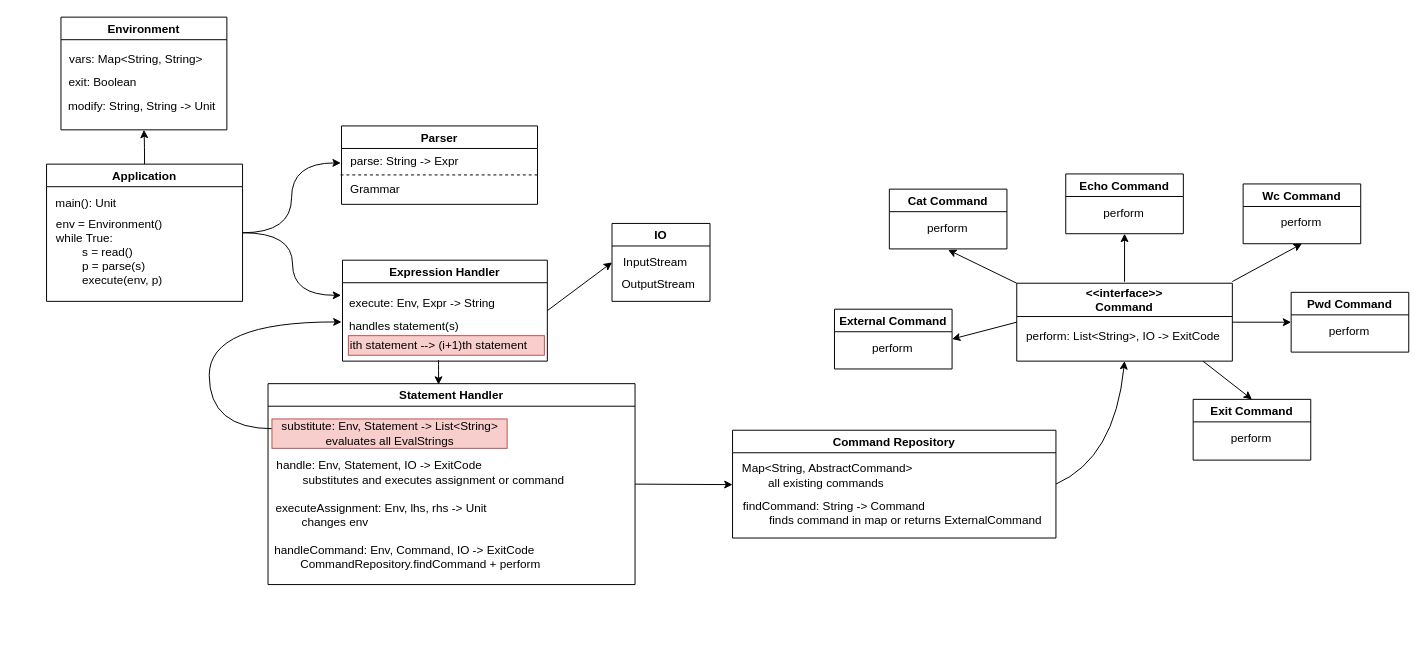
kibrq/sd-practice keeps this draw.io diagram as description/hw01.drawio. Above is the earlier version. Source tidied: cells renumbered, new cells numbered last; positions are measured from the earlier drawing's top-left corner, leaving out a move shared by most shapes. Both pictures are drawn from the tidied source at 98%, with x=0, y=0 at pixel (46, 17).
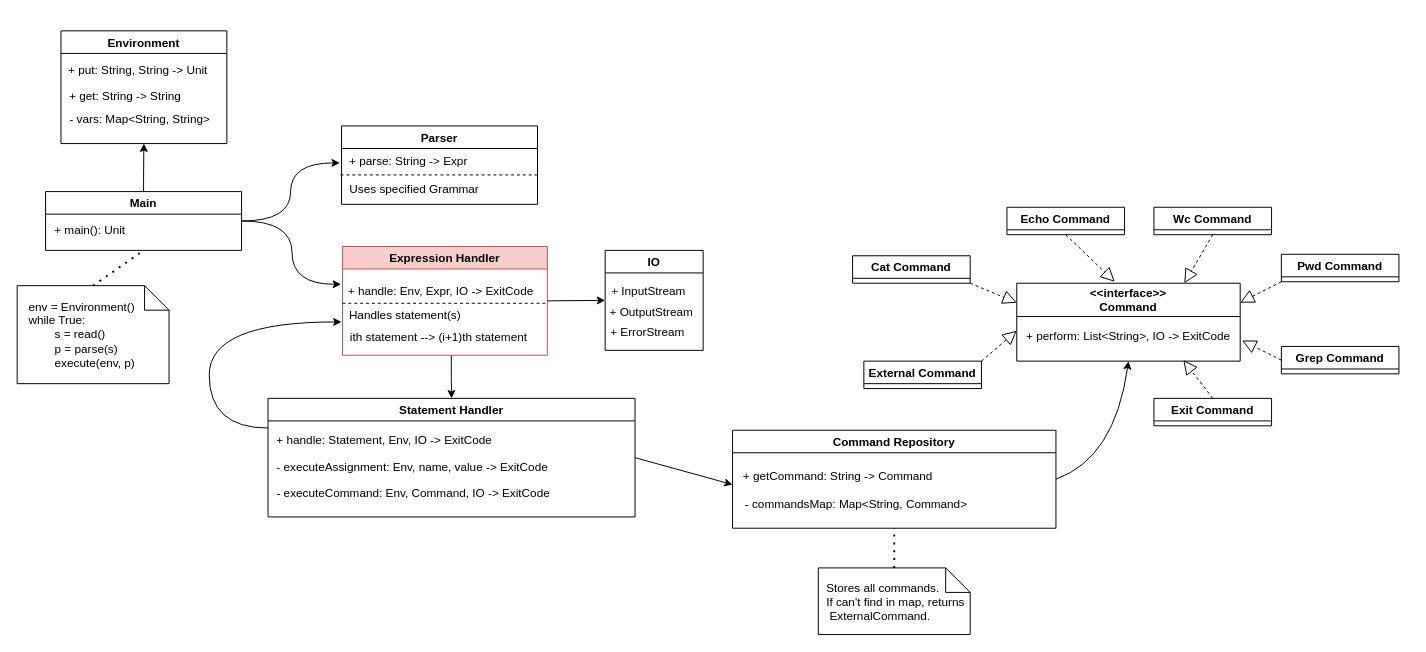
The same diagram, later.

Unchanged cells that the change refers to:
```xml
<mxCell id="8" style="group;" parent="1" vertex="1">
  <mxGeometry x="300" y="111" width="201" height="80" as="geometry" />
</mxCell>
<mxCell id="9" value="Parser" style="swimlane;" parent="8" vertex="1">
  <mxGeometry x="1" width="200" height="80" as="geometry" />
</mxCell>
<mxCell id="22" value="Environment" style="swimlane;" parent="21" vertex="1">
  <mxGeometry x="0.7" width="169.3" height="115" as="geometry" />
</mxCell>
<mxCell id="49" style="group;" parent="47" vertex="1">
  <mxGeometry x="-290" y="150" width="369" height="110" as="geometry" />
</mxCell>
```

Change to the diagram source:
```diff
@@
-    <mxCell id="5" value="Application" style="swimlane;" parent="1" vertex="1">
-      <mxGeometry y="150" width="200" height="140" as="geometry" />
+    <mxCell id="5" value="Main" style="swimlane;" parent="1" vertex="1">
+      <mxGeometry x="-1" y="178" width="200" height="60" as="geometry" />
     </mxCell>
-    <mxCell id="6" value="main(): Unit" style="text;html=1;align=center;verticalAlign=middle;strokeColor=none;fillColor=none;" parent="5" vertex="1">
-      <mxGeometry y="30" width="80" height="20" as="geometry" />
+    <mxCell id="6" value="+ main(): Unit" style="text;html=1;align=center;verticalAlign=middle;strokeColor=none;fillColor=none;" parent="5" vertex="1">
+      <mxGeometry y="30" width="90" height="20" as="geometry" />
     </mxCell>
-    <mxCell id="7" value="env = Environment()&lt;br&gt;while True:&lt;br&gt;&lt;div&gt;&lt;span style=&quot;white-space: pre&quot;&gt;&#9;&lt;/span&gt;&lt;span&gt;s = read()&lt;/span&gt;&lt;/div&gt;&lt;span style=&quot;white-space: pre&quot;&gt;&#9;&lt;/span&gt;p = parse(s)&lt;br&gt;&lt;span style=&quot;white-space: pre&quot;&gt;&#9;&lt;/span&gt;execute(env, p)" style="text;html=1;align=left;verticalAlign=middle;strokeColor=none;fillColor=none;" parent="5" vertex="1">
-      <mxGeometry x="8" y="50" width="120" height="80" as="geometry" />
-    </mxCell>
@@
+    <mxCell id="12" value="Uses specified Grammar" style="text;html=1;align=center;verticalAlign=middle;strokeColor=none;fillColor=none;" parent="9" vertex="1">
+      <mxGeometry x="-1" y="55" width="150" height="20" as="geometry" />
+    </mxCell>
     <mxCell id="11" style="group;" parent="8" vertex="1">
-      <mxGeometry y="26" width="130" height="49" as="geometry" />
+      <mxGeometry y="26" width="135" height="49" as="geometry" />
     </mxCell>
-    <mxCell id="12" value="Grammar&lt;br&gt;" style="text;html=1;align=center;verticalAlign=middle;strokeColor=none;fillColor=none;" parent="11" vertex="1">
-      <mxGeometry y="29" width="70" height="20" as="geometry" />
-    </mxCell>
-    <mxCell id="13" value="parse: String -&amp;gt; Expr" style="text;html=1;align=center;verticalAlign=middle;points=[];strokeColor=none;fillColor=none;" parent="11" vertex="1">
-      <mxGeometry width="130" height="20" as="geometry" />
+    <mxCell id="13" value="+ parse: String -&amp;gt; Expr" style="text;html=1;align=center;verticalAlign=middle;points=[];strokeColor=none;fillColor=none;" parent="11" vertex="1">
+      <mxGeometry x="-1" width="140" height="20" as="geometry" />
     </mxCell>
+    <mxCell id="60" style="edgeStyle=orthogonalEdgeStyle;rounded=0;jettySize=auto;html=1;entryX=0.5;entryY=0;entryDx=0;entryDy=0;" parent="1" edge="1" source="14" target="17">
+      <mxGeometry relative="1" as="geometry">
+        <Array as="points">
+          <mxPoint x="413" y="370" />
+          <mxPoint x="413" y="370" />
+        </Array>
+      </mxGeometry>
+    </mxCell>
-    <mxCell id="14" value="Expression Handler" style="swimlane;" parent="1" vertex="1">
-      <mxGeometry x="302" y="248" width="209" height="103" as="geometry" />
+    <mxCell id="14" value="Expression Handler" style="swimlane;fillColor=#f8cecc;strokeColor=#b85450;" parent="1" vertex="1">
+      <mxGeometry x="302" y="234" width="209" height="111" as="geometry" />
     </mxCell>
-    <mxCell id="15" value="handles statement(s)" style="text;html=1;align=left;verticalAlign=middle;strokeColor=none;fillColor=none;" parent="14" vertex="1">
-      <mxGeometry x="5" y="58" width="130" height="20" as="geometry" />
+    <mxCell id="15" value="Handles statement(s)" style="text;html=1;align=left;verticalAlign=middle;strokeColor=none;fillColor=none;" parent="14" vertex="1">
+      <mxGeometry x="5" y="60" width="130" height="20" as="geometry" />
     </mxCell>
-    <mxCell id="16" value="ith statement --&amp;gt; (i+1)th statement" style="text;html=1;align=left;verticalAlign=middle;strokeColor=#b85450;fillColor=#f8cecc;" parent="14" vertex="1">
-      <mxGeometry x="6" y="77" width="200" height="20" as="geometry" />
+    <mxCell id="16" value="ith statement --&amp;gt; (i+1)th statement" style="text;html=1;align=left;verticalAlign=middle;" parent="14" vertex="1">
+      <mxGeometry x="6" y="83" width="200" height="20" as="geometry" />
     </mxCell>
+    <mxCell id="61" style="endArrow=none;dashed=1;html=1;rounded=0;" parent="14" edge="1">
+      <mxGeometry relative="1" as="geometry">
+        <mxPoint y="58" as="sourcePoint" />
+        <mxPoint x="208" y="58" as="targetPoint" />
+      </mxGeometry>
+    </mxCell>
     <mxCell id="17" value="Statement Handler" style="swimlane;" parent="1" vertex="1">
-      <mxGeometry x="226" y="374" width="374.5" height="205" as="geometry" />
+      <mxGeometry x="226" y="389" width="374.5" height="121" as="geometry" />
     </mxCell>
-    <mxCell id="18" value="executeAssignment: Env, lhs, rhs -&amp;gt; Unit&lt;br&gt;&lt;span style=&quot;white-space: pre&quot;&gt;&#9;&lt;/span&gt;changes env" style="text;html=1;align=left;verticalAlign=middle;strokeColor=none;fillColor=none;" parent="17" vertex="1">
-      <mxGeometry x="5.5" y="119" width="230" height="30" as="geometry" />
+    <mxCell id="18" value="- executeAssignment: Env, name, value -&amp;gt; ExitCode" style="text;html=1;align=left;verticalAlign=middle;strokeColor=none;fillColor=none;" parent="17" vertex="1">
+      <mxGeometry x="7" y="61" width="290" height="20" as="geometry" />
     </mxCell>
-    <mxCell id="19" value="handle:&amp;nbsp;&lt;span style=&quot;text-align: center&quot;&gt;Env, Statement, IO -&amp;gt; ExitCode&lt;br&gt;&lt;span style=&quot;white-space: pre&quot;&gt;&#9;&lt;/span&gt;substitutes and executes assignment or command&lt;br&gt;&lt;/span&gt;" style="text;html=1;align=left;verticalAlign=middle;strokeColor=none;fillColor=none;" parent="17" vertex="1">
-      <mxGeometry x="6.5" y="76" width="310" height="30" as="geometry" />
+    <mxCell id="19" value="+ handle:&amp;nbsp;&lt;span style=&quot;text-align: center&quot;&gt;Statement, Env&lt;/span&gt;&lt;span style=&quot;text-align: center&quot;&gt;, IO -&amp;gt; ExitCode&lt;br&gt;&lt;/span&gt;" style="text;html=1;align=left;verticalAlign=middle;strokeColor=none;fillColor=none;" parent="17" vertex="1">
+      <mxGeometry x="7" y="33" width="240" height="20" as="geometry" />
     </mxCell>
-    <mxCell id="20" value="&lt;div style=&quot;text-align: left&quot;&gt;&lt;span&gt;handleCommand: Env, Command, IO -&amp;gt; ExitCode&lt;/span&gt;&lt;/div&gt;&lt;div style=&quot;text-align: left&quot;&gt;&lt;span&gt;&lt;span style=&quot;white-space: pre&quot;&gt;&#9;&lt;/span&gt;CommandRepository.findCommand + perform&lt;br&gt;&lt;/span&gt;&lt;/div&gt;" style="text;html=1;align=center;verticalAlign=middle;strokeColor=none;fillColor=none;" parent="17" vertex="1">
-      <mxGeometry x="-3" y="162" width="290" height="30" as="geometry" />
+    <mxCell id="20" value="&lt;div style=&quot;text-align: left&quot;&gt;&lt;span&gt;- executeCommand: Env, Command, IO -&amp;gt; ExitCode&lt;/span&gt;&lt;/div&gt;" style="text;html=1;align=center;verticalAlign=middle;strokeColor=none;fillColor=none;" parent="17" vertex="1">
+      <mxGeometry x="3" y="87" width="290" height="20" as="geometry" />
     </mxCell>
     <mxCell id="21" style="group;" parent="1" vertex="1">
-      <mxGeometry x="14" width="170" height="115" as="geometry" />
+      <mxGeometry x="14" y="14" width="170" height="115" as="geometry" />
     </mxCell>
@@
+    <mxCell id="24" value="+ put: String, String -&amp;gt; Unit" style="text;html=1;align=center;verticalAlign=middle;strokeColor=none;fillColor=none;" parent="22" vertex="1">
+      <mxGeometry x="-1.7" y="30" width="160" height="20" as="geometry" />
+    </mxCell>
+    <mxCell id="62" value="+ get: String -&amp;gt; String" style="text;html=1;align=center;verticalAlign=middle;strokeColor=none;fillColor=none;" parent="22" vertex="1">
+      <mxGeometry y="57" width="130" height="20" as="geometry" />
+    </mxCell>
-    <mxCell id="23" value="vars: Map&amp;lt;String, String&amp;gt;" style="text;html=1;align=center;verticalAlign=middle;strokeColor=none;fillColor=none;" parent="22" vertex="1">
-      <mxGeometry x="1" y="32.6" width="150" height="20" as="geometry" />
+    <mxCell id="23" value="- vars: Map&amp;lt;String, String&amp;gt;" style="text;html=1;align=center;verticalAlign=middle;strokeColor=none;fillColor=none;" parent="22" vertex="1">
+      <mxGeometry y="81" width="160" height="20" as="geometry" />
     </mxCell>
-    <mxCell id="24" value="modify: String, String -&amp;gt; Unit" style="text;html=1;align=center;verticalAlign=middle;strokeColor=none;fillColor=none;" parent="22" vertex="1">
-      <mxGeometry x="-2.4" y="81.2" width="170" height="20" as="geometry" />
-    </mxCell>
-    <mxCell id="25" value="exit: Boolean" style="text;html=1;align=center;verticalAlign=middle;strokeColor=none;fillColor=none;" parent="22" vertex="1">
-      <mxGeometry x="2.3" y="56.5" width="80" height="20" as="geometry" />
-    </mxCell>
-    <mxCell id="26" style="edgeStyle=orthogonalEdgeStyle;curved=1;orthogonalLoop=1;jettySize=auto;html=1;" parent="1" edge="1">
+    <mxCell id="26" style="edgeStyle=orthogonalEdgeStyle;curved=1;jettySize=auto;html=1;exitX=0;exitY=0.25;exitDx=0;exitDy=0;" parent="1" edge="1" source="17">
       <mxGeometry relative="1" as="geometry">
-        <mxPoint x="231" y="420" as="sourcePoint" />
         <mxPoint x="301" y="311" as="targetPoint" />
         <Array as="points">
+          <mxPoint x="226" y="420" />
           <mxPoint x="166" y="420" />
           <mxPoint x="166" y="311" />
         </Array>
       </mxGeometry>
     </mxCell>
-    <mxCell id="27" value="substitute: Env, Statement -&amp;gt; List&amp;lt;String&amp;gt;&lt;br&gt;evaluates all EvalStrings" style="text;html=1;align=center;verticalAlign=middle;strokeColor=#b85450;fillColor=#f8cecc;" parent="1" vertex="1">
-      <mxGeometry x="230" y="410" width="240" height="30" as="geometry" />
-    </mxCell>
-    <mxCell id="28" value="Cat Command" style="swimlane;" parent="1" vertex="1">
-      <mxGeometry x="860" y="175.5" width="120" height="61" as="geometry" />
-    </mxCell>
-    <mxCell id="29" value="perform" style="text;html=1;align=center;verticalAlign=middle;strokeColor=none;fillColor=none;" parent="28" vertex="1">
-      <mxGeometry x="29" y="30" width="60" height="20" as="geometry" />
-    </mxCell>
-    <mxCell id="30" value="Echo Command" style="swimlane;" parent="1" vertex="1">
-      <mxGeometry x="1040" y="160" width="120" height="61" as="geometry" />
-    </mxCell>
-    <mxCell id="31" value="perform" style="text;html=1;align=center;verticalAlign=middle;strokeColor=none;fillColor=none;" parent="30" vertex="1">
-      <mxGeometry x="29" y="30" width="60" height="20" as="geometry" />
-    </mxCell>
-    <mxCell id="32" value="Exit Command" style="swimlane;" parent="1" vertex="1">
-      <mxGeometry x="1170" y="390" width="120" height="62" as="geometry" />
-    </mxCell>
-    <mxCell id="33" value="perform" style="text;html=1;align=center;verticalAlign=middle;strokeColor=none;fillColor=none;" parent="32" vertex="1">
-      <mxGeometry x="29" y="30" width="60" height="20" as="geometry" />
-    </mxCell>
-    <mxCell id="34" value="Wc Command" style="swimlane;" parent="1" vertex="1">
-      <mxGeometry x="1221" y="170.2" width="120" height="61" as="geometry" />
-    </mxCell>
-    <mxCell id="35" value="perform" style="text;html=1;align=center;verticalAlign=middle;strokeColor=none;fillColor=none;" parent="34" vertex="1">
-      <mxGeometry x="29" y="30" width="60" height="20" as="geometry" />
-    </mxCell>
-    <mxCell id="36" value="Pwd Command" style="swimlane;" parent="1" vertex="1">
-      <mxGeometry x="1270" y="280.8" width="120" height="61" as="geometry" />
-    </mxCell>
-    <mxCell id="37" value="perform" style="text;html=1;align=center;verticalAlign=middle;strokeColor=none;fillColor=none;" parent="36" vertex="1">
-      <mxGeometry x="29" y="30" width="60" height="20" as="geometry" />
-    </mxCell>
-    <mxCell id="38" value="execute:&amp;nbsp;Env,&amp;nbsp;Expr -&amp;gt; String" style="text;html=1;align=center;verticalAlign=middle;strokeColor=none;fillColor=none;" parent="1" vertex="1">
-      <mxGeometry x="303" y="282" width="160" height="20" as="geometry" />
+    <mxCell id="38" value="+ handle:&amp;nbsp;Env,&amp;nbsp;Expr, IO -&amp;gt; ExitCode" style="text;html=1;align=center;verticalAlign=middle;strokeColor=none;fillColor=none;" parent="1" vertex="1">
+      <mxGeometry x="302" y="270" width="200" height="20" as="geometry" />
     </mxCell>
-    <mxCell id="39" style="endArrow=classic;html=1;curved=1;" parent="1" edge="1">
-      <mxGeometry relative="1" as="geometry">
-        <mxPoint x="400" y="350" as="sourcePoint" />
-        <mxPoint x="400" y="375" as="targetPoint" />
-      </mxGeometry>
-    </mxCell>
@@
     <mxCell id="41" value="IO" style="swimlane;" parent="1" vertex="1">
-      <mxGeometry x="577" y="210.5" width="100" height="79.5" as="geometry" />
+      <mxGeometry x="570" y="238" width="100" height="102" as="geometry" />
     </mxCell>
-    <mxCell id="42" value="InputStream" style="text;html=1;align=center;verticalAlign=middle;strokeColor=none;fillColor=none;" parent="41" vertex="1">
-      <mxGeometry x="4" y="29.5" width="80" height="20" as="geometry" />
+    <mxCell id="42" value="+ InputStream" style="text;html=1;align=center;verticalAlign=middle;strokeColor=none;fillColor=none;" parent="41" vertex="1">
+      <mxGeometry x="-1" y="31.5" width="90" height="20" as="geometry" />
     </mxCell>
-    <mxCell id="43" value="OutputStream" style="text;html=1;align=center;verticalAlign=middle;strokeColor=none;fillColor=none;" parent="41" vertex="1">
-      <mxGeometry x="2" y="52.5" width="90" height="20" as="geometry" />
+    <mxCell id="43" value="+ OutputStream" style="text;html=1;align=center;verticalAlign=middle;strokeColor=none;fillColor=none;" parent="41" vertex="1">
+      <mxGeometry x="-3" y="52.5" width="100" height="20" as="geometry" />
     </mxCell>
+    <mxCell id="63" value="+ ErrorStream" style="text;html=1;align=center;verticalAlign=middle;strokeColor=none;fillColor=none;" parent="41" vertex="1">
+      <mxGeometry x="-2" y="73.5" width="90" height="20" as="geometry" />
+    </mxCell>
@@
-    <mxCell id="45" value="External Command" style="swimlane;" parent="1" vertex="1">
-      <mxGeometry x="804" y="298" width="120" height="61" as="geometry" />
-    </mxCell>
-    <mxCell id="46" value="perform" style="text;html=1;align=center;verticalAlign=middle;strokeColor=none;fillColor=none;" parent="45" vertex="1">
-      <mxGeometry x="29" y="30" width="60" height="20" as="geometry" />
-    </mxCell>
     <mxCell id="47" value="&lt;&lt;interface&gt;&gt;&#10;Command" style="swimlane;startSize=34;" parent="1" vertex="1">
-      <mxGeometry x="990" y="271.5" width="220" height="79.5" as="geometry" />
+      <mxGeometry x="990" y="271.5" width="228" height="79.5" as="geometry" />
     </mxCell>
-    <mxCell id="48" value="perform:&lt;span&gt;&amp;nbsp;List&amp;lt;String&amp;gt;, IO -&amp;gt; ExitCode&lt;/span&gt;" style="text;html=1;align=left;verticalAlign=middle;strokeColor=none;fillColor=none;" parent="47" vertex="1">
-      <mxGeometry x="8" y="44.5" width="210" height="20" as="geometry" />
+    <mxCell id="48" value="+ perform:&lt;span&gt;&amp;nbsp;List&amp;lt;String&amp;gt;, IO -&amp;gt; ExitCode&lt;/span&gt;" style="text;html=1;align=left;verticalAlign=middle;strokeColor=none;fillColor=none;" parent="47" vertex="1">
+      <mxGeometry x="8" y="44.5" width="220" height="20" as="geometry" />
     </mxCell>
@@
     <mxCell id="50" value="Command Repository" style="swimlane;" parent="49" vertex="1">
-      <mxGeometry width="330" height="110" as="geometry" />
+      <mxGeometry width="330" height="100" as="geometry" />
     </mxCell>
+    <mxCell id="52" value="+ getCommand: String -&amp;gt; Command" style="text;html=1;align=left;verticalAlign=middle;strokeColor=none;fillColor=none;" parent="50" vertex="1">
+      <mxGeometry x="9" y="37.5" width="210" height="20" as="geometry" />
+    </mxCell>
-    <mxCell id="51" value="Map&amp;lt;String, AbstractCommand&amp;gt;&lt;br&gt;&lt;span style=&quot;white-space: pre&quot;&gt;&#9;&lt;/span&gt;all existing commands" style="text;html=1;align=left;verticalAlign=middle;strokeColor=none;fillColor=none;" parent="50" vertex="1">
-      <mxGeometry x="8" y="31.1" width="190" height="30" as="geometry" />
+    <mxCell id="51" value="- commandsMap: Map&amp;lt;String, Command&amp;gt;" style="text;html=1;align=left;verticalAlign=middle;strokeColor=none;fillColor=none;" parent="50" vertex="1">
+      <mxGeometry x="11" y="65.5" width="240" height="20" as="geometry" />
     </mxCell>
-    <mxCell id="52" value="findCommand: String -&amp;gt; Command&lt;br&gt;&lt;span style=&quot;white-space: pre&quot;&gt;&#9;&lt;/span&gt;finds command in map or returns ExternalCommand" style="text;html=1;align=left;verticalAlign=middle;strokeColor=none;fillColor=none;" parent="50" vertex="1">
-      <mxGeometry x="9" y="69.4" width="320" height="30" as="geometry" />
-    </mxCell>
@@
-    <mxCell id="54" style="endArrow=classic;html=1;rounded=0;entryX=0.5;entryY=1;entryDx=0;entryDy=0;" parent="1" edge="1">
-      <mxGeometry relative="1" as="geometry">
-        <mxPoint x="990" y="271.5" as="sourcePoint" />
-        <mxPoint x="920" y="237.5" as="targetPoint" />
-      </mxGeometry>
-    </mxCell>
-    <mxCell id="55" style="endArrow=classic;html=1;rounded=0;exitX=0;exitY=0.5;exitDx=0;exitDy=0;entryX=1;entryY=0.5;entryDx=0;entryDy=0;" parent="1" edge="1" source="47" target="45">
-      <mxGeometry relative="1" as="geometry" />
-    </mxCell>
-    <mxCell id="56" style="endArrow=classic;html=1;rounded=0;entryX=0;entryY=0.5;entryDx=0;entryDy=0;exitX=1;exitY=0.5;exitDx=0;exitDy=0;" parent="1" edge="1" source="47" target="36">
-      <mxGeometry relative="1" as="geometry" />
-    </mxCell>
-    <mxCell id="57" style="endArrow=classic;html=1;rounded=0;entryX=0.5;entryY=0;entryDx=0;entryDy=0;" parent="1" edge="1" target="32">
-      <mxGeometry relative="1" as="geometry">
-        <mxPoint x="1180" y="351" as="sourcePoint" />
-      </mxGeometry>
-    </mxCell>
-    <mxCell id="58" style="endArrow=classic;html=1;rounded=0;entryX=0.5;entryY=1;entryDx=0;entryDy=0;exitX=1;exitY=0.5;exitDx=0;exitDy=0;" parent="1" edge="1" target="34">
-      <mxGeometry relative="1" as="geometry">
-        <mxPoint x="1210" y="269.8" as="sourcePoint" />
-      </mxGeometry>
-    </mxCell>
-    <mxCell id="59" style="endArrow=classic;html=1;rounded=0;entryX=0.5;entryY=1;entryDx=0;entryDy=0;" parent="1" edge="1" target="30">
-      <mxGeometry relative="1" as="geometry">
-        <mxPoint x="1100" y="270" as="sourcePoint" />
-      </mxGeometry>
-    </mxCell>
+    <mxCell id="64" value="Grep Command" style="swimlane;" parent="1" vertex="1">
+      <mxGeometry x="1260" y="336" width="120" height="28" as="geometry" />
+    </mxCell>
+    <mxCell id="65" style="endArrow=block;dashed=1;endFill=0;endSize=12;html=1;rounded=0;exitX=0.5;exitY=1;exitDx=0;exitDy=0;" parent="1" edge="1" source="30">
+      <mxGeometry relative="1" as="geometry">
+        <mxPoint x="1090" y="270" as="targetPoint" />
+      </mxGeometry>
+    </mxCell>
+    <mxCell id="66" style="endArrow=block;dashed=1;endFill=0;endSize=12;html=1;rounded=0;entryX=0.75;entryY=0;entryDx=0;entryDy=0;exitX=0.5;exitY=1;exitDx=0;exitDy=0;" parent="1" edge="1" source="34" target="47">
+      <mxGeometry relative="1" as="geometry" />
+    </mxCell>
+    <mxCell id="67" style="endArrow=block;dashed=1;endFill=0;endSize=12;html=1;rounded=0;entryX=1;entryY=0.25;entryDx=0;entryDy=0;exitX=0;exitY=1;exitDx=0;exitDy=0;" parent="1" edge="1" source="36" target="47">
+      <mxGeometry relative="1" as="geometry" />
+    </mxCell>
+    <mxCell id="68" style="endArrow=block;dashed=1;endFill=0;endSize=12;html=1;rounded=0;exitX=0;exitY=0.5;exitDx=0;exitDy=0;" parent="1" edge="1" source="64">
+      <mxGeometry relative="1" as="geometry">
+        <mxPoint x="1220" y="330" as="targetPoint" />
+      </mxGeometry>
+    </mxCell>
+    <mxCell id="69" style="endArrow=block;dashed=1;endFill=0;endSize=12;html=1;rounded=0;exitX=0.5;exitY=0;exitDx=0;exitDy=0;" parent="1" edge="1" source="32">
+      <mxGeometry relative="1" as="geometry">
+        <mxPoint x="1160" y="350" as="targetPoint" />
+      </mxGeometry>
+    </mxCell>
+    <mxCell id="70" style="endArrow=block;dashed=1;endFill=0;endSize=12;html=1;rounded=0;entryX=0;entryY=0.25;entryDx=0;entryDy=0;exitX=1;exitY=1;exitDx=0;exitDy=0;" parent="1" edge="1" source="28" target="47">
+      <mxGeometry relative="1" as="geometry" />
+    </mxCell>
+    <mxCell id="71" style="endArrow=block;dashed=1;endFill=0;endSize=12;html=1;rounded=0;exitX=1;exitY=0;exitDx=0;exitDy=0;" parent="1" edge="1" source="45">
+      <mxGeometry relative="1" as="geometry">
+        <mxPoint x="990" y="320" as="targetPoint" />
+      </mxGeometry>
+    </mxCell>
+    <mxCell id="72" style="shape=note2;boundedLbl=1;whiteSpace=wrap;html=1;size=25;verticalAlign=top;align=center;strokeColor=default;" parent="1" vertex="1">
+      <mxGeometry x="787.5" y="562" width="155" height="68" as="geometry" />
+    </mxCell>
+    <mxCell id="73" style="endArrow=none;dashed=1;html=1;dashPattern=1 3;strokeWidth=2;rounded=0;entryX=0.5;entryY=1;entryDx=0;entryDy=0;exitX=0.5;exitY=0;exitDx=0;exitDy=0;exitPerimeter=0;" parent="1" edge="1" source="72" target="50">
+      <mxGeometry relative="1" as="geometry" />
+    </mxCell>
+    <mxCell id="74" style="shape=note2;boundedLbl=1;whiteSpace=wrap;html=1;size=25;verticalAlign=top;align=center;strokeColor=default;" parent="1" vertex="1">
+      <mxGeometry x="-30" y="274" width="155" height="100" as="geometry" />
+    </mxCell>
+    <mxCell id="7" value="env = Environment()&lt;br&gt;while True:&lt;br&gt;&lt;div&gt;&lt;span style=&quot;white-space: pre&quot;&gt;&#9;&lt;/span&gt;&lt;span&gt;s = read()&lt;/span&gt;&lt;/div&gt;&lt;span style=&quot;white-space: pre&quot;&gt;&#9;&lt;/span&gt;p = parse(s)&lt;br&gt;&lt;span style=&quot;white-space: pre&quot;&gt;&#9;&lt;/span&gt;execute(env, p)" style="text;html=1;align=left;verticalAlign=middle;strokeColor=none;fillColor=none;" parent="1" vertex="1">
+      <mxGeometry x="-20" y="284" width="120" height="80" as="geometry" />
+    </mxCell>
+    <mxCell id="75" value="&lt;span&gt;Stores all commands.&lt;br&gt;If can't find in map, returns&lt;br&gt;&amp;nbsp;ExternalCommand.&lt;/span&gt;" style="text;html=1;align=left;verticalAlign=middle;strokeColor=none;fillColor=none;" parent="1" vertex="1">
+      <mxGeometry x="794" y="572" width="160" height="50" as="geometry" />
+    </mxCell>
+    <mxCell id="76" style="endArrow=none;dashed=1;html=1;dashPattern=1 3;strokeWidth=2;rounded=0;exitX=0.5;exitY=0;exitDx=0;exitDy=0;exitPerimeter=0;entryX=0.5;entryY=1;entryDx=0;entryDy=0;" parent="1" edge="1" source="74" target="5">
+      <mxGeometry relative="1" as="geometry" />
+    </mxCell>
+    <mxCell id="32" value="Exit Command" style="swimlane;" parent="1" vertex="1">
+      <mxGeometry x="1130" y="389" width="120" height="28" as="geometry" />
+    </mxCell>
+    <mxCell id="36" value="Pwd Command" style="swimlane;" parent="1" vertex="1">
+      <mxGeometry x="1260" y="242" width="120" height="28" as="geometry" />
+    </mxCell>
+    <mxCell id="34" value="Wc Command" style="swimlane;" parent="1" vertex="1">
+      <mxGeometry x="1130" y="194" width="120" height="28" as="geometry" />
+    </mxCell>
+    <mxCell id="30" value="Echo Command" style="swimlane;" parent="1" vertex="1">
+      <mxGeometry x="980" y="194" width="120" height="28" as="geometry" />
+    </mxCell>
+    <mxCell id="28" value="Cat Command" style="swimlane;" parent="1" vertex="1">
+      <mxGeometry x="822.5" y="243.5" width="120" height="28" as="geometry" />
+    </mxCell>
+    <mxCell id="45" value="External Command" style="swimlane;" parent="1" vertex="1">
+      <mxGeometry x="834" y="351" width="120" height="28" as="geometry" />
+    </mxCell>
```
